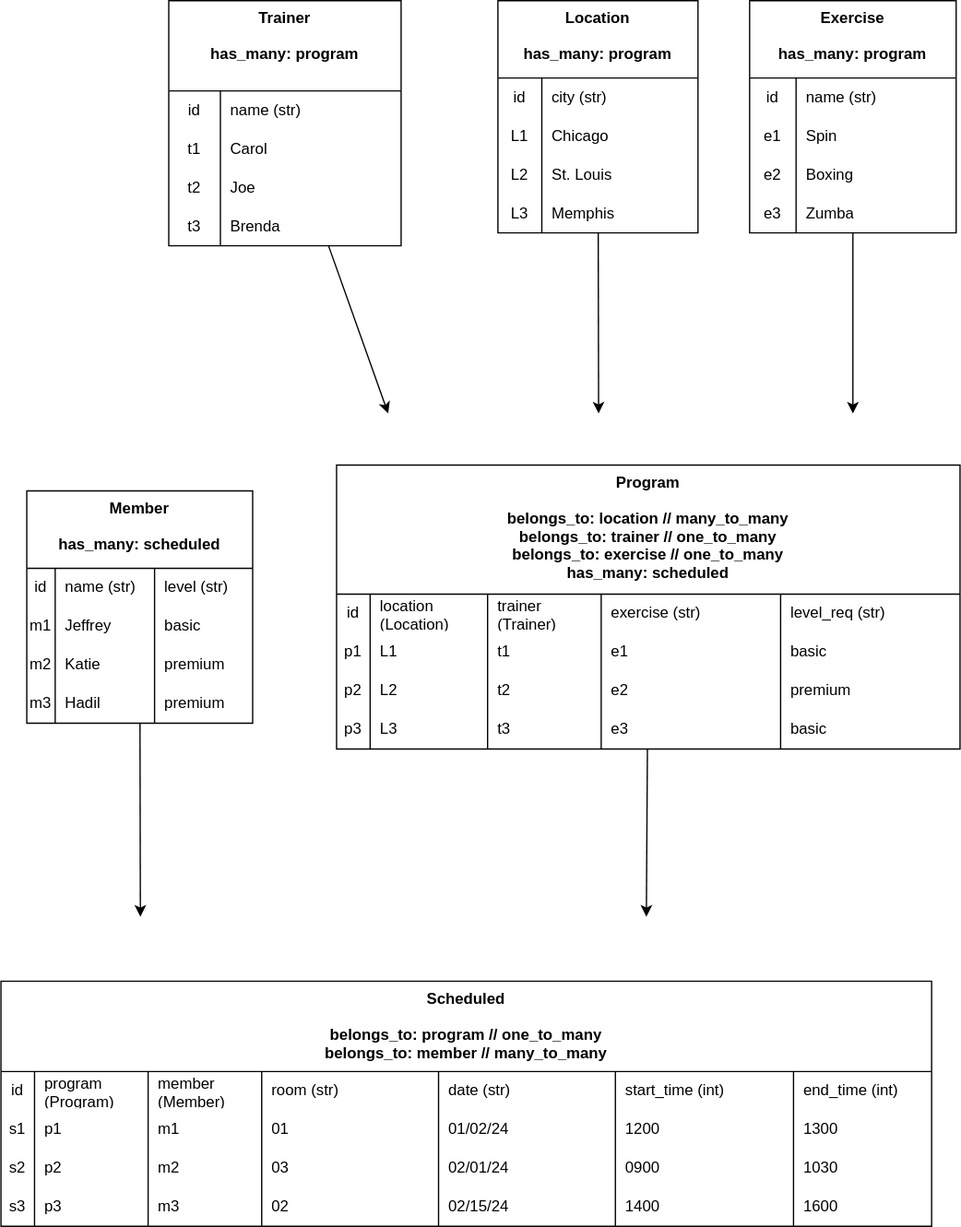
Above: .drawio.svg in learn-co-curriculum/python-p3-v2-final-project-template (draw.io), before the change. Source tidied: cells renumbered, new cells last; positions are measured from the earlier drawing's top-left corner, leaving out a move shared by most shapes.
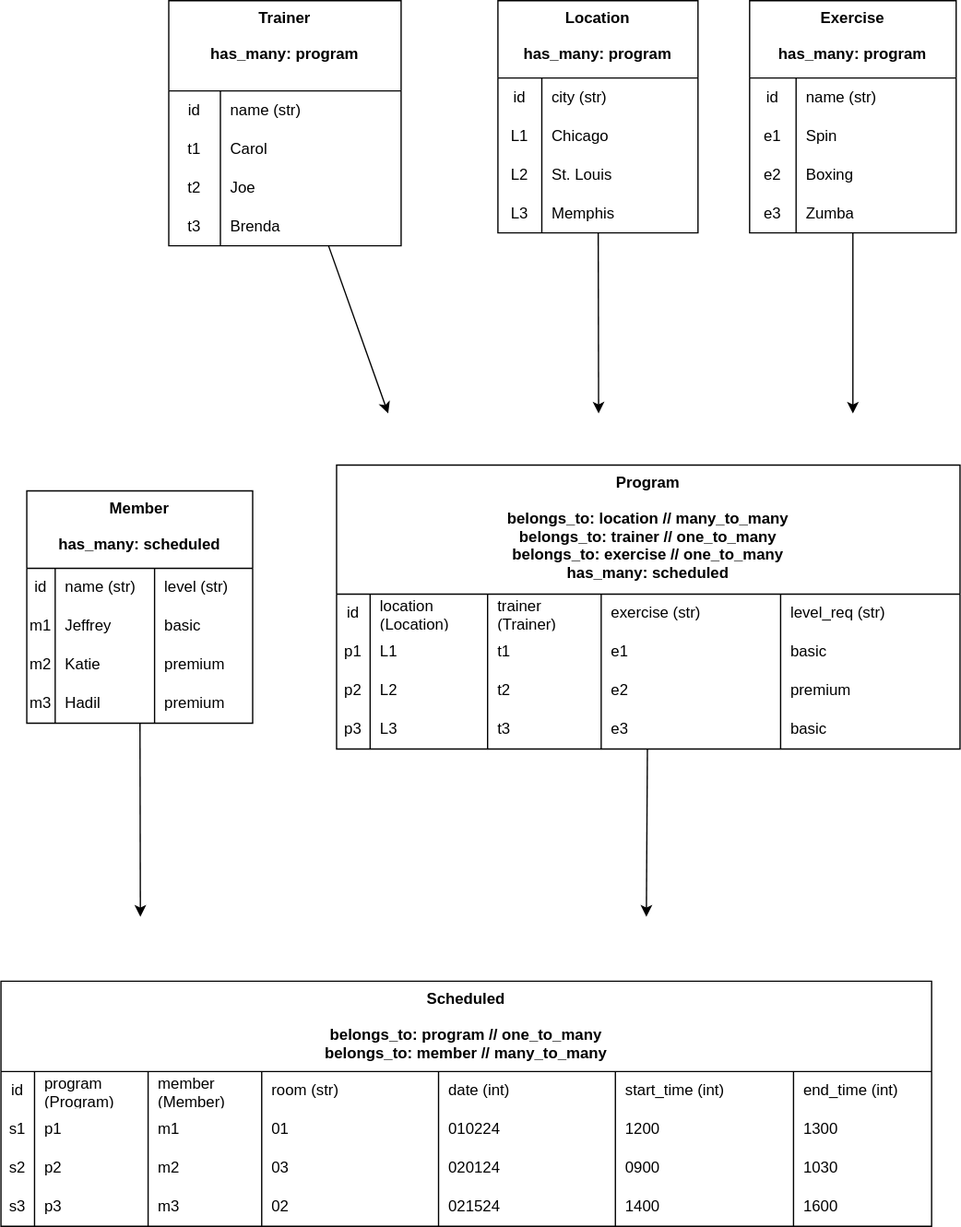
The same diagram one commit later.

What changed in the source:
```diff
@@ -288,7 +288,7 @@
     <mxCell id="93" value="room (str)" style="shape=partialRectangle;html=1;whiteSpace=wrap;fillColor=none;top=0;left=0;bottom=0;right=0;align=left;spacingLeft=6;overflow=hidden;" parent="89" vertex="1">
       <mxGeometry x="202" width="137" height="30" as="geometry" />
     </mxCell>
-    <mxCell id="94" value="date (str)" style="shape=partialRectangle;html=1;whiteSpace=wrap;fillColor=none;top=0;left=0;bottom=0;right=0;align=left;spacingLeft=6;overflow=hidden;" parent="89" vertex="1">
+    <mxCell id="94" value="date (int)" style="shape=partialRectangle;html=1;whiteSpace=wrap;fillColor=none;top=0;left=0;bottom=0;right=0;align=left;spacingLeft=6;overflow=hidden;" parent="89" vertex="1">
       <mxGeometry x="339" width="137" height="30" as="geometry" />
     </mxCell>
     <mxCell id="95" value="start_time (int)" style="shape=partialRectangle;html=1;whiteSpace=wrap;fillColor=none;top=0;left=0;bottom=0;right=0;align=left;spacingLeft=6;overflow=hidden;" parent="89" vertex="1">
@@ -312,7 +312,7 @@
     <mxCell id="101" value="01" style="shape=partialRectangle;html=1;whiteSpace=wrap;fillColor=none;top=0;left=0;bottom=0;right=0;align=left;spacingLeft=6;overflow=hidden;" parent="97" vertex="1">
       <mxGeometry x="202" width="137" height="30" as="geometry" />
     </mxCell>
-    <mxCell id="102" value="01/02/24" style="shape=partialRectangle;html=1;whiteSpace=wrap;fillColor=none;top=0;left=0;bottom=0;right=0;align=left;spacingLeft=6;overflow=hidden;" parent="97" vertex="1">
+    <mxCell id="102" value="010224" style="shape=partialRectangle;html=1;whiteSpace=wrap;fillColor=none;top=0;left=0;bottom=0;right=0;align=left;spacingLeft=6;overflow=hidden;" parent="97" vertex="1">
       <mxGeometry x="339" width="137" height="30" as="geometry" />
     </mxCell>
     <mxCell id="103" value="1200" style="shape=partialRectangle;html=1;whiteSpace=wrap;fillColor=none;top=0;left=0;bottom=0;right=0;align=left;spacingLeft=6;overflow=hidden;" parent="97" vertex="1">
@@ -336,7 +336,7 @@
     <mxCell id="109" value="03" style="shape=partialRectangle;html=1;whiteSpace=wrap;fillColor=none;top=0;left=0;bottom=0;right=0;align=left;spacingLeft=6;overflow=hidden;" parent="105" vertex="1">
       <mxGeometry x="202" width="137" height="30" as="geometry" />
     </mxCell>
-    <mxCell id="110" value="02/01/24" style="shape=partialRectangle;html=1;whiteSpace=wrap;fillColor=none;top=0;left=0;bottom=0;right=0;align=left;spacingLeft=6;overflow=hidden;" parent="105" vertex="1">
+    <mxCell id="110" value="020124" style="shape=partialRectangle;html=1;whiteSpace=wrap;fillColor=none;top=0;left=0;bottom=0;right=0;align=left;spacingLeft=6;overflow=hidden;" parent="105" vertex="1">
       <mxGeometry x="339" width="137" height="30" as="geometry" />
     </mxCell>
     <mxCell id="111" value="0900" style="shape=partialRectangle;html=1;whiteSpace=wrap;fillColor=none;top=0;left=0;bottom=0;right=0;align=left;spacingLeft=6;overflow=hidden;" parent="105" vertex="1">
@@ -360,7 +360,7 @@
     <mxCell id="117" value="02" style="shape=partialRectangle;html=1;whiteSpace=wrap;fillColor=none;top=0;left=0;bottom=0;right=0;align=left;spacingLeft=6;overflow=hidden;" parent="113" vertex="1">
       <mxGeometry x="202" width="137" height="30" as="geometry" />
     </mxCell>
-    <mxCell id="118" value="02/15/24" style="shape=partialRectangle;html=1;whiteSpace=wrap;fillColor=none;top=0;left=0;bottom=0;right=0;align=left;spacingLeft=6;overflow=hidden;" parent="113" vertex="1">
+    <mxCell id="118" value="021524" style="shape=partialRectangle;html=1;whiteSpace=wrap;fillColor=none;top=0;left=0;bottom=0;right=0;align=left;spacingLeft=6;overflow=hidden;" parent="113" vertex="1">
       <mxGeometry x="339" width="137" height="30" as="geometry" />
     </mxCell>
     <mxCell id="119" value="1400" style="shape=partialRectangle;html=1;whiteSpace=wrap;fillColor=none;top=0;left=0;bottom=0;right=0;align=left;spacingLeft=6;overflow=hidden;" parent="113" vertex="1">
```
